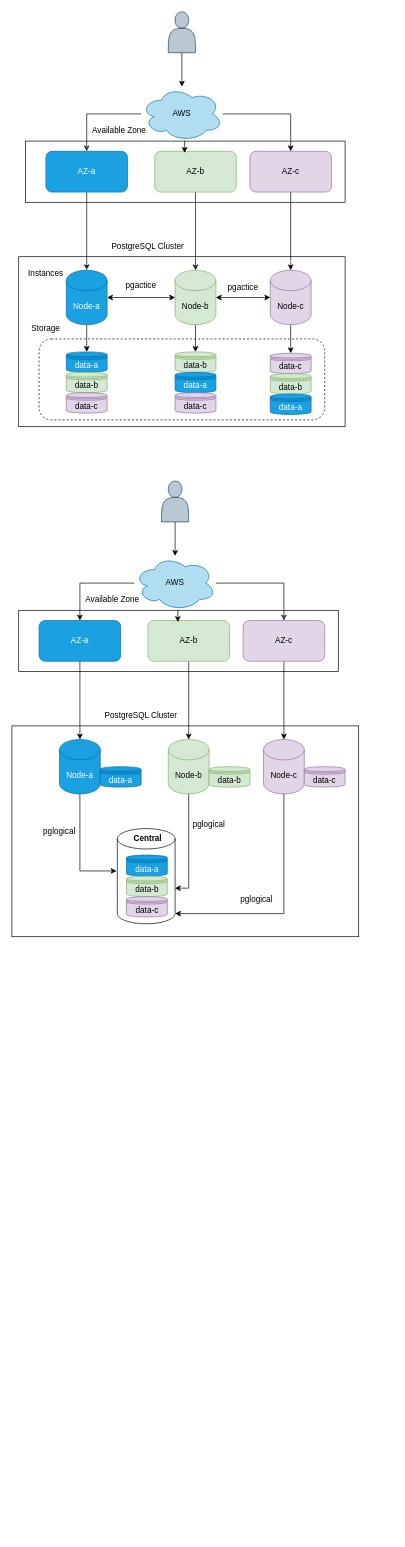
Earlier version of the draw.io diagram PostgreSQL - Horizotal Scaling.drawio (quanntt0203/PostgreSQL-HA). Source tidied: cells renumbered, new cells numbered last; positions are measured from the earlier drawing's top-left corner, leaving out a move shared by most shapes. Both pictures are drawn from the tidied source at 68%, with x=0, y=0 at pixel (12, 12).
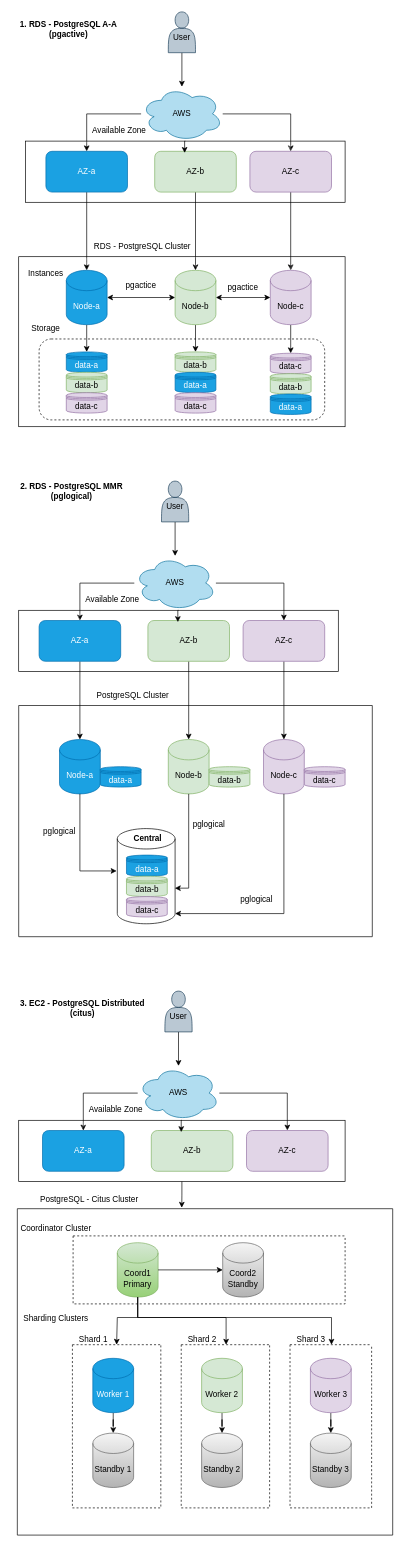
The same page after the edit.

Commit message:
Cập nhật PostgreSQL - Horizotal Scaling.drawio

Diff of the diagram source:
```diff
@@
-    <mxCell id="3" style="shape=actor;whiteSpace=wrap;html=1;fillColor=#bac8d3;strokeColor=#23445d;" parent="1" vertex="1">
+    <mxCell id="3" value="&lt;div&gt;&lt;br&gt;&lt;/div&gt;&lt;div&gt;User&lt;/div&gt;" style="shape=actor;whiteSpace=wrap;html=1;fillColor=#bac8d3;strokeColor=#23445d;" parent="1" vertex="1">
       <mxGeometry x="230" width="40" height="60" as="geometry" />
     </mxCell>
@@
-    <mxCell id="33" value="&lt;div&gt;&lt;span style=&quot;background-color: transparent; color: light-dark(rgb(0, 0, 0), rgb(255, 255, 255));&quot;&gt;PostgreSQL Cluster&lt;/span&gt;&lt;/div&gt;" style="text;html=1;whiteSpace=wrap;strokeColor=none;fillColor=none;align=center;verticalAlign=middle;rounded=0;" parent="1" vertex="1">
-      <mxGeometry x="120" y="330" width="160" height="30" as="geometry" />
+    <mxCell id="33" value="&lt;div&gt;&lt;span style=&quot;background-color: transparent; color: light-dark(rgb(0, 0, 0), rgb(255, 255, 255));&quot;&gt;RDS - PostgreSQL Cluster&lt;/span&gt;&lt;/div&gt;" style="text;html=1;whiteSpace=wrap;strokeColor=none;fillColor=none;align=center;verticalAlign=middle;rounded=0;" parent="1" vertex="1">
+      <mxGeometry x="112" y="330" width="160" height="30" as="geometry" />
     </mxCell>
@@
-    <mxCell id="37" style="shape=actor;whiteSpace=wrap;html=1;fillColor=#bac8d3;strokeColor=#23445d;" parent="1" vertex="1">
+    <mxCell id="37" value="&lt;div&gt;&lt;br&gt;&lt;/div&gt;&lt;div&gt;User&lt;/div&gt;" style="shape=actor;whiteSpace=wrap;html=1;fillColor=#bac8d3;strokeColor=#23445d;" parent="1" vertex="1">
       <mxGeometry x="220" y="690" width="40" height="60" as="geometry" />
     </mxCell>
@@
-    <mxCell id="48" style="rounded=0;whiteSpace=wrap;html=1;fillStyle=cross-hatch;fillColor=none;" parent="1" vertex="1">
-      <mxGeometry y="1050" width="510" height="310" as="geometry" />
-    </mxCell>
@@
     <mxCell id="56" value="&lt;div&gt;&lt;span style=&quot;background-color: transparent; color: light-dark(rgb(0, 0, 0), rgb(255, 255, 255));&quot;&gt;PostgreSQL Cluster&lt;/span&gt;&lt;/div&gt;" style="text;html=1;whiteSpace=wrap;strokeColor=none;fillColor=none;align=center;verticalAlign=middle;rounded=0;" parent="1" vertex="1">
-      <mxGeometry x="110" y="1020" width="160" height="30" as="geometry" />
+      <mxGeometry x="98" y="990" width="160" height="30" as="geometry" />
     </mxCell>
@@
+    <mxCell id="73" style="edgeStyle=orthogonalEdgeStyle;rounded=0;jettySize=auto;html=1;" parent="1" edge="1" source="74" target="77">
+      <mxGeometry relative="1" as="geometry" />
+    </mxCell>
+    <mxCell id="74" value="&lt;div&gt;&lt;br&gt;&lt;/div&gt;&lt;div&gt;User&lt;/div&gt;" style="shape=actor;whiteSpace=wrap;html=1;fillColor=#bac8d3;strokeColor=#23445d;" parent="1" vertex="1">
+      <mxGeometry x="225" y="1440" width="40" height="60" as="geometry" />
+    </mxCell>
+    <mxCell id="75" style="edgeStyle=orthogonalEdgeStyle;rounded=0;jettySize=auto;html=1;" parent="1" edge="1" source="77" target="79">
+      <mxGeometry relative="1" as="geometry" />
+    </mxCell>
+    <mxCell id="76" style="edgeStyle=orthogonalEdgeStyle;rounded=0;jettySize=auto;html=1;entryX=0.5;entryY=0;entryDx=0;entryDy=0;" parent="1" edge="1" source="77" target="81">
+      <mxGeometry relative="1" as="geometry" />
+    </mxCell>
+    <mxCell id="77" value="AWS" style="ellipse;shape=cloud;whiteSpace=wrap;html=1;fillColor=#b1ddf0;strokeColor=#10739e;" parent="1" vertex="1">
+      <mxGeometry x="185" y="1550" width="120" height="80" as="geometry" />
+    </mxCell>
+    <mxCell id="78" style="rounded=0;whiteSpace=wrap;html=1;fillStyle=cross-hatch;" parent="1" vertex="1">
+      <mxGeometry x="10" y="1630" width="480" height="90" as="geometry" />
+    </mxCell>
+    <mxCell id="79" value="AZ-a" style="rounded=1;whiteSpace=wrap;html=1;fillColor=#1ba1e2;strokeColor=#006EAF;fontColor=#ffffff;" parent="1" vertex="1">
+      <mxGeometry x="45" y="1645" width="120" height="60" as="geometry" />
+    </mxCell>
+    <mxCell id="80" value="AZ-b" style="rounded=1;whiteSpace=wrap;html=1;fillColor=#d5e8d4;strokeColor=#82b366;" parent="1" vertex="1">
+      <mxGeometry x="205" y="1645" width="120" height="60" as="geometry" />
+    </mxCell>
+    <mxCell id="81" value="AZ-c" style="rounded=1;whiteSpace=wrap;html=1;fillColor=#e1d5e7;strokeColor=#9673a6;" parent="1" vertex="1">
+      <mxGeometry x="345" y="1645" width="120" height="60" as="geometry" />
+    </mxCell>
+    <mxCell id="82" style="edgeStyle=orthogonalEdgeStyle;rounded=0;jettySize=auto;html=1;exitX=0.5;exitY=0;exitDx=0;exitDy=0;entryX=0.367;entryY=0.039;entryDx=0;entryDy=0;entryPerimeter=0;" parent="1" edge="1" source="78" target="80">
+      <mxGeometry relative="1" as="geometry" />
+    </mxCell>
+    <mxCell id="83" value="Available Zone" style="text;html=1;whiteSpace=wrap;strokeColor=none;fillColor=none;align=center;verticalAlign=middle;rounded=0;" parent="1" vertex="1">
+      <mxGeometry x="103" y="1600" width="100" height="30" as="geometry" />
+    </mxCell>
+    <mxCell id="84" style="swimlane;startSize=0;dashed=1;" parent="1" vertex="1">
+      <mxGeometry x="89" y="1960" width="130" height="240" as="geometry" />
+    </mxCell>
+    <mxCell id="85" style="edgeStyle=orthogonalEdgeStyle;rounded=0;jettySize=auto;html=1;" parent="84" edge="1" source="86" target="87">
+      <mxGeometry relative="1" as="geometry" />
+    </mxCell>
+    <mxCell id="86" value="Worker 1" style="shape=cylinder3;whiteSpace=wrap;html=1;boundedLbl=1;backgroundOutline=1;size=15;fillColor=#1ba1e2;strokeColor=#006EAF;fontColor=#ffffff;" parent="84" vertex="1">
+      <mxGeometry x="30" y="20" width="60" height="80" as="geometry" />
+    </mxCell>
+    <mxCell id="87" value="Standby 1" style="shape=cylinder3;whiteSpace=wrap;html=1;boundedLbl=1;backgroundOutline=1;size=15;fillColor=#f5f5f5;gradientColor=#b3b3b3;strokeColor=#666666;" parent="84" vertex="1">
+      <mxGeometry x="30" y="130" width="60" height="80" as="geometry" />
+    </mxCell>
+    <mxCell id="88" style="swimlane;startSize=0;dashed=1;" parent="1" vertex="1">
+      <mxGeometry x="90" y="1800" width="400" height="100" as="geometry" />
+    </mxCell>
+    <mxCell id="89" value="Coord2&lt;br&gt;Standby" style="shape=cylinder3;whiteSpace=wrap;html=1;boundedLbl=1;backgroundOutline=1;size=15;fillColor=#f5f5f5;gradientColor=#b3b3b3;strokeColor=#666666;" parent="88" vertex="1">
+      <mxGeometry x="220" y="10" width="60" height="80" as="geometry" />
+    </mxCell>
+    <mxCell id="90" value="Coord1&lt;br&gt;Primary" style="shape=cylinder3;whiteSpace=wrap;html=1;boundedLbl=1;backgroundOutline=1;size=15;fillColor=#d5e8d4;gradientColor=#97d077;strokeColor=#82b366;" parent="88" vertex="1">
+      <mxGeometry x="65" y="10" width="60" height="80" as="geometry" />
+    </mxCell>
+    <mxCell id="91" style="edgeStyle=orthogonalEdgeStyle;rounded=0;jettySize=auto;html=1;entryX=0;entryY=0.5;entryDx=0;entryDy=0;entryPerimeter=0;" parent="88" edge="1" source="90" target="89">
+      <mxGeometry relative="1" as="geometry" />
+    </mxCell>
+    <mxCell id="92" style="swimlane;startSize=0;dashed=1;" parent="1" vertex="1">
+      <mxGeometry x="249" y="1960" width="130" height="240" as="geometry" />
+    </mxCell>
+    <mxCell id="93" value="Standby 2" style="shape=cylinder3;whiteSpace=wrap;html=1;boundedLbl=1;backgroundOutline=1;size=15;fillColor=#f5f5f5;gradientColor=#b3b3b3;strokeColor=#666666;" parent="92" vertex="1">
+      <mxGeometry x="30" y="130" width="60" height="80" as="geometry" />
+    </mxCell>
+    <mxCell id="94" style="edgeStyle=orthogonalEdgeStyle;rounded=0;jettySize=auto;html=1;" parent="92" edge="1" source="95" target="93">
+      <mxGeometry relative="1" as="geometry" />
+    </mxCell>
+    <mxCell id="95" value="Worker 2" style="shape=cylinder3;whiteSpace=wrap;html=1;boundedLbl=1;backgroundOutline=1;size=15;fillColor=#d5e8d4;strokeColor=#82b366;" parent="92" vertex="1">
+      <mxGeometry x="30" y="20" width="60" height="80" as="geometry" />
+    </mxCell>
+    <mxCell id="96" style="swimlane;startSize=0;dashed=1;" parent="1" vertex="1">
+      <mxGeometry x="409" y="1960" width="120" height="240" as="geometry" />
+    </mxCell>
+    <mxCell id="97" value="Standby 3" style="shape=cylinder3;whiteSpace=wrap;html=1;boundedLbl=1;backgroundOutline=1;size=15;fillColor=#f5f5f5;gradientColor=#b3b3b3;strokeColor=#666666;" parent="96" vertex="1">
+      <mxGeometry x="30" y="130" width="60" height="80" as="geometry" />
+    </mxCell>
+    <mxCell id="98" style="edgeStyle=orthogonalEdgeStyle;rounded=0;jettySize=auto;html=1;" parent="96" edge="1" source="99" target="97">
+      <mxGeometry relative="1" as="geometry" />
+    </mxCell>
+    <mxCell id="99" value="Worker 3" style="shape=cylinder3;whiteSpace=wrap;html=1;boundedLbl=1;backgroundOutline=1;size=15;fillColor=#e1d5e7;strokeColor=#9673a6;" parent="96" vertex="1">
+      <mxGeometry x="30" y="20" width="60" height="80" as="geometry" />
+    </mxCell>
+    <mxCell id="100" style="edgeStyle=orthogonalEdgeStyle;rounded=0;jettySize=auto;html=1;entryX=0.5;entryY=0;entryDx=0;entryDy=0;" parent="1" edge="1" source="90" target="84">
+      <mxGeometry relative="1" as="geometry">
+        <Array as="points">
+          <mxPoint x="185" y="1920" />
+          <mxPoint x="155" y="1920" />
+        </Array>
+      </mxGeometry>
+    </mxCell>
+    <mxCell id="101" style="edgeStyle=orthogonalEdgeStyle;rounded=0;jettySize=auto;html=1;" parent="1" edge="1" source="90" target="92">
+      <mxGeometry relative="1" as="geometry">
+        <Array as="points">
+          <mxPoint x="185" y="1920" />
+          <mxPoint x="315" y="1920" />
+        </Array>
+      </mxGeometry>
+    </mxCell>
+    <mxCell id="102" style="edgeStyle=orthogonalEdgeStyle;rounded=0;jettySize=auto;html=1;" parent="1" edge="1" source="90" target="96">
+      <mxGeometry relative="1" as="geometry">
+        <Array as="points">
+          <mxPoint x="185" y="1920" />
+          <mxPoint x="470" y="1920" />
+        </Array>
+      </mxGeometry>
+    </mxCell>
+    <mxCell id="103" style="swimlane;startSize=0;" parent="1" vertex="1">
+      <mxGeometry x="8" y="1760" width="552" height="480" as="geometry" />
+    </mxCell>
+    <mxCell id="104" value="Coordinator Cluster" style="text;html=1;whiteSpace=wrap;strokeColor=none;fillColor=none;align=center;verticalAlign=middle;rounded=0;" parent="103" vertex="1">
+      <mxGeometry x="2" y="14" width="110" height="30" as="geometry" />
+    </mxCell>
+    <mxCell id="105" value="Shard 1" style="text;html=1;whiteSpace=wrap;strokeColor=none;fillColor=none;align=center;verticalAlign=middle;rounded=0;" parent="103" vertex="1">
+      <mxGeometry x="82" y="177" width="60" height="30" as="geometry" />
+    </mxCell>
+    <mxCell id="106" value="Shard 2" style="text;html=1;whiteSpace=wrap;strokeColor=none;fillColor=none;align=center;verticalAlign=middle;rounded=0;" parent="103" vertex="1">
+      <mxGeometry x="242" y="177" width="60" height="30" as="geometry" />
+    </mxCell>
+    <mxCell id="107" style="edgeStyle=orthogonalEdgeStyle;rounded=0;jettySize=auto;html=1;entryX=0.438;entryY=-0.003;entryDx=0;entryDy=0;entryPerimeter=0;" parent="1" edge="1" source="78" target="103">
+      <mxGeometry relative="1" as="geometry" />
+    </mxCell>
+    <mxCell id="108" value="&lt;div&gt;&lt;span style=&quot;background-color: transparent; color: light-dark(rgb(0, 0, 0), rgb(255, 255, 255));&quot;&gt;PostgreSQL - Citus Cluster&lt;/span&gt;&lt;/div&gt;" style="text;html=1;whiteSpace=wrap;strokeColor=none;fillColor=none;align=center;verticalAlign=middle;rounded=0;" parent="1" vertex="1">
+      <mxGeometry x="8" y="1731" width="212" height="30" as="geometry" />
+    </mxCell>
+    <mxCell id="109" value="Sharding Clusters" style="text;html=1;whiteSpace=wrap;strokeColor=none;fillColor=none;align=center;verticalAlign=middle;rounded=0;" parent="1" vertex="1">
+      <mxGeometry x="10" y="1907" width="110" height="30" as="geometry" />
+    </mxCell>
+    <mxCell id="110" value="Shard 3" style="text;html=1;whiteSpace=wrap;strokeColor=none;fillColor=none;align=center;verticalAlign=middle;rounded=0;" parent="1" vertex="1">
+      <mxGeometry x="410" y="1938" width="60" height="30" as="geometry" />
+    </mxCell>
+    <mxCell id="111" style="swimlane;startSize=0;" parent="1" vertex="1">
+      <mxGeometry x="10" y="1020" width="520" height="340" as="geometry" />
+    </mxCell>
+    <mxCell id="112" value="1. RDS - PostgreSQL A-A (pgactive)" style="text;html=1;whiteSpace=wrap;strokeColor=none;fillColor=none;align=center;verticalAlign=middle;rounded=0;fontStyle=1;" parent="1" vertex="1">
+      <mxGeometry x="8" y="10" width="151" height="30" as="geometry" />
+    </mxCell>
+    <mxCell id="113" value="2. RDS - PostgreSQL MMR (pglogical)" style="text;html=1;whiteSpace=wrap;strokeColor=none;fillColor=none;align=center;verticalAlign=middle;rounded=0;fontStyle=1;" parent="1" vertex="1">
+      <mxGeometry x="8" y="690" width="160" height="30" as="geometry" />
+    </mxCell>
+    <mxCell id="114" value="3. EC2 - PostgreSQL Distributed&lt;div&gt;(citus)&lt;/div&gt;" style="text;html=1;whiteSpace=wrap;strokeColor=none;fillColor=none;align=center;verticalAlign=middle;rounded=0;fontStyle=1;" parent="1" vertex="1">
+      <mxGeometry x="8" y="1450" width="192" height="30" as="geometry" />
+    </mxCell>
```
